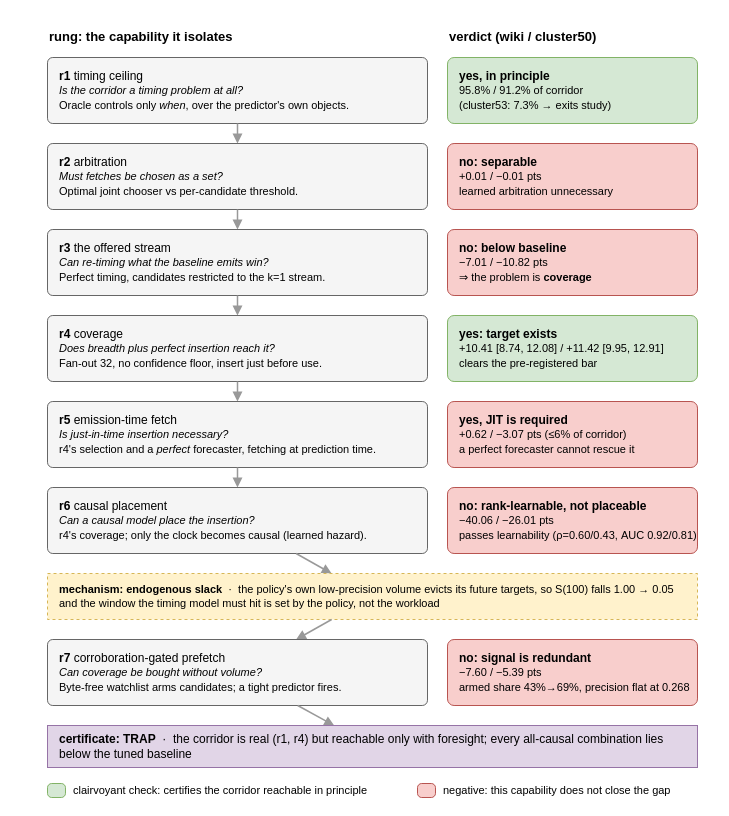
lkksharma/p4 keeps this draw.io diagram as Figures/ladder.drawio. Above is the earlier version. Source tidied: cells renumbered, new cells numbered last; positions are measured from the earlier drawing's top-left corner, leaving out a move shared by most shapes. Both pictures are drawn from the tidied source at 100%, with x=0, y=0 at pixel (47, 25).
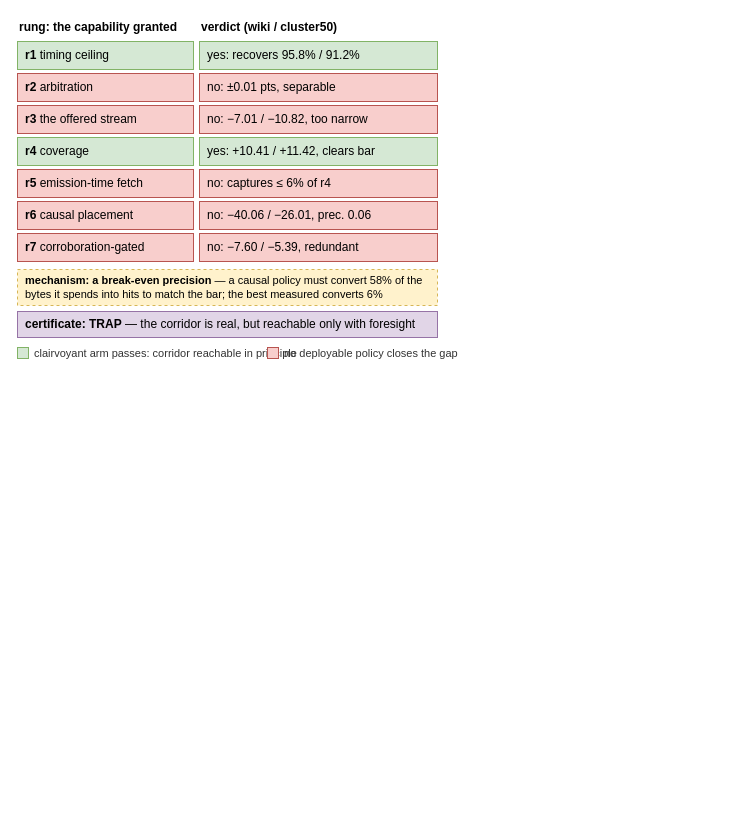
The same page after the edit.

Commit message (it also covers changes not shown here):
checking precision predictor

Change to the diagram source:
```diff
@@
-    <mxCell id="2" value="rung: the capability it isolates" style="text;html=1;align=left;verticalAlign=middle;fontSize=13;fontStyle=1;fontFamily=Helvetica;" parent="1" vertex="1">
-      <mxGeometry width="380" height="22" as="geometry" />
+    <mxCell id="2" value="rung: the capability granted" style="text;html=1;align=left;verticalAlign=middle;fontSize=12;fontStyle=1;fontFamily=Helvetica;" parent="1" vertex="1">
+      <mxGeometry x="-30" y="-8" width="176" height="20" as="geometry" />
     </mxCell>
-    <mxCell id="3" value="verdict (wiki / cluster50)" style="text;html=1;align=left;verticalAlign=middle;fontSize=13;fontStyle=1;fontFamily=Helvetica;" parent="1" vertex="1">
-      <mxGeometry x="400" width="250" height="22" as="geometry" />
+    <mxCell id="3" value="verdict (wiki / cluster50)" style="text;html=1;align=left;verticalAlign=middle;fontSize=12;fontStyle=1;fontFamily=Helvetica;" parent="1" vertex="1">
+      <mxGeometry x="152" y="-8" width="238" height="20" as="geometry" />
     </mxCell>
-    <mxCell id="4" value="&lt;b&gt;r1&lt;/b&gt; timing ceiling&lt;br&gt;&lt;font style=&quot;font-size:11px&quot;&gt;&lt;i&gt;Is the corridor a timing problem at all?&lt;/i&gt;&lt;br&gt;Oracle controls only &lt;i&gt;when&lt;/i&gt;, over the predictor's own objects.&lt;/font&gt;" style="rounded=1;whiteSpace=wrap;html=1;arcSize=8;fillColor=#f5f5f5;strokeColor=#666666;align=left;spacingLeft=10;verticalAlign=middle;fontSize=12;fontFamily=Helvetica;" parent="1" vertex="1">
-      <mxGeometry y="32" width="380" height="66" as="geometry" />
+    <mxCell id="4" value="&lt;b&gt;r1&lt;/b&gt;  timing ceiling" style="rounded=0;whiteSpace=wrap;html=1;fillColor=#d5e8d4;strokeColor=#82b366;align=left;spacingLeft=6;verticalAlign=middle;fontSize=12;fontFamily=Helvetica;" parent="1" vertex="1">
+      <mxGeometry x="-30" y="16" width="176" height="28" as="geometry" />
     </mxCell>
-    <mxCell id="5" value="&lt;b&gt;yes, in principle&lt;/b&gt;&lt;br&gt;&lt;font style=&quot;font-size:11px&quot;&gt;95.8% / 91.2% of corridor&lt;br&gt;(cluster53: 7.3% &amp;rarr; exits study)&lt;/font&gt;" style="rounded=1;whiteSpace=wrap;html=1;arcSize=10;fillColor=#d5e8d4;strokeColor=#82b366;align=left;spacingLeft=10;fontSize=12;fontFamily=Helvetica;" parent="1" vertex="1">
-      <mxGeometry x="400" y="32" width="250" height="66" as="geometry" />
+    <mxCell id="5" value="yes: recovers 95.8% / 91.2%" style="rounded=0;whiteSpace=wrap;html=1;fillColor=#d5e8d4;strokeColor=#82b366;align=left;spacingLeft=6;verticalAlign=middle;fontSize=12;fontFamily=Helvetica;" parent="1" vertex="1">
+      <mxGeometry x="152" y="16" width="238" height="28" as="geometry" />
     </mxCell>
-    <mxCell id="6" style="edgeStyle=none;html=1;endArrow=block;endFill=1;strokeColor=#999999;strokeWidth=1.5;" parent="1" edge="1" source="4" target="7">
-      <mxGeometry relative="1" as="geometry" />
-    </mxCell>
-    <mxCell id="7" value="&lt;b&gt;r2&lt;/b&gt; arbitration&lt;br&gt;&lt;font style=&quot;font-size:11px&quot;&gt;&lt;i&gt;Must fetches be chosen as a set?&lt;/i&gt;&lt;br&gt;Optimal joint chooser vs per-candidate threshold.&lt;/font&gt;" style="rounded=1;whiteSpace=wrap;html=1;arcSize=8;fillColor=#f5f5f5;strokeColor=#666666;align=left;spacingLeft=10;verticalAlign=middle;fontSize=12;fontFamily=Helvetica;" parent="1" vertex="1">
-      <mxGeometry y="118" width="380" height="66" as="geometry" />
+    <mxCell id="7" value="&lt;b&gt;r2&lt;/b&gt;  arbitration" style="rounded=0;whiteSpace=wrap;html=1;fillColor=#f8cecc;strokeColor=#b85450;align=left;spacingLeft=6;verticalAlign=middle;fontSize=12;fontFamily=Helvetica;" parent="1" vertex="1">
+      <mxGeometry x="-30" y="48" width="176" height="28" as="geometry" />
     </mxCell>
-    <mxCell id="8" value="&lt;b&gt;no: separable&lt;/b&gt;&lt;br&gt;&lt;font style=&quot;font-size:11px&quot;&gt;+0.01 / &amp;minus;0.01 pts&lt;br&gt;learned arbitration unnecessary&lt;/font&gt;" style="rounded=1;whiteSpace=wrap;html=1;arcSize=10;fillColor=#f8cecc;strokeColor=#b85450;align=left;spacingLeft=10;fontSize=12;fontFamily=Helvetica;" parent="1" vertex="1">
-      <mxGeometry x="400" y="118" width="250" height="66" as="geometry" />
+    <mxCell id="8" value="no: ±0.01 pts, separable" style="rounded=0;whiteSpace=wrap;html=1;fillColor=#f8cecc;strokeColor=#b85450;align=left;spacingLeft=6;verticalAlign=middle;fontSize=12;fontFamily=Helvetica;" parent="1" vertex="1">
+      <mxGeometry x="152" y="48" width="238" height="28" as="geometry" />
     </mxCell>
-    <mxCell id="9" style="edgeStyle=none;html=1;endArrow=block;endFill=1;strokeColor=#999999;strokeWidth=1.5;" parent="1" edge="1" source="7" target="10">
-      <mxGeometry relative="1" as="geometry" />
-    </mxCell>
-    <mxCell id="10" value="&lt;b&gt;r3&lt;/b&gt; the offered stream&lt;br&gt;&lt;font style=&quot;font-size:11px&quot;&gt;&lt;i&gt;Can re-timing what the baseline emits win?&lt;/i&gt;&lt;br&gt;Perfect timing, candidates restricted to the k=1 stream.&lt;/font&gt;" style="rounded=1;whiteSpace=wrap;html=1;arcSize=8;fillColor=#f5f5f5;strokeColor=#666666;align=left;spacingLeft=10;verticalAlign=middle;fontSize=12;fontFamily=Helvetica;" parent="1" vertex="1">
-      <mxGeometry y="204" width="380" height="66" as="geometry" />
+    <mxCell id="10" value="&lt;b&gt;r3&lt;/b&gt;  the offered stream" style="rounded=0;whiteSpace=wrap;html=1;fillColor=#f8cecc;strokeColor=#b85450;align=left;spacingLeft=6;verticalAlign=middle;fontSize=12;fontFamily=Helvetica;" parent="1" vertex="1">
+      <mxGeometry x="-30" y="80" width="176" height="28" as="geometry" />
     </mxCell>
-    <mxCell id="11" value="&lt;b&gt;no: below baseline&lt;/b&gt;&lt;br&gt;&lt;font style=&quot;font-size:11px&quot;&gt;&amp;minus;7.01 / &amp;minus;10.82 pts&lt;br&gt;&amp;rArr; the problem is &lt;b&gt;coverage&lt;/b&gt;&lt;/font&gt;" style="rounded=1;whiteSpace=wrap;html=1;arcSize=10;fillColor=#f8cecc;strokeColor=#b85450;align=left;spacingLeft=10;fontSize=12;fontFamily=Helvetica;" parent="1" vertex="1">
-      <mxGeometry x="400" y="204" width="250" height="66" as="geometry" />
+    <mxCell id="11" value="no: −7.01 / −10.82, too narrow" style="rounded=0;whiteSpace=wrap;html=1;fillColor=#f8cecc;strokeColor=#b85450;align=left;spacingLeft=6;verticalAlign=middle;fontSize=12;fontFamily=Helvetica;" parent="1" vertex="1">
+      <mxGeometry x="152" y="80" width="238" height="28" as="geometry" />
     </mxCell>
-    <mxCell id="12" style="edgeStyle=none;html=1;endArrow=block;endFill=1;strokeColor=#999999;strokeWidth=1.5;" parent="1" edge="1" source="10" target="13">
-      <mxGeometry relative="1" as="geometry" />
-    </mxCell>
-    <mxCell id="13" value="&lt;b&gt;r4&lt;/b&gt; coverage&lt;br&gt;&lt;font style=&quot;font-size:11px&quot;&gt;&lt;i&gt;Does breadth plus perfect insertion reach it?&lt;/i&gt;&lt;br&gt;Fan-out 32, no confidence floor, insert just before use.&lt;/font&gt;" style="rounded=1;whiteSpace=wrap;html=1;arcSize=8;fillColor=#f5f5f5;strokeColor=#666666;align=left;spacingLeft=10;verticalAlign=middle;fontSize=12;fontFamily=Helvetica;" parent="1" vertex="1">
-      <mxGeometry y="290" width="380" height="66" as="geometry" />
+    <mxCell id="13" value="&lt;b&gt;r4&lt;/b&gt;  coverage" style="rounded=0;whiteSpace=wrap;html=1;fillColor=#d5e8d4;strokeColor=#82b366;align=left;spacingLeft=6;verticalAlign=middle;fontSize=12;fontFamily=Helvetica;" parent="1" vertex="1">
+      <mxGeometry x="-30" y="112" width="176" height="28" as="geometry" />
     </mxCell>
-    <mxCell id="14" value="&lt;b&gt;yes: target exists&lt;/b&gt;&lt;br&gt;&lt;font style=&quot;font-size:11px&quot;&gt;+10.41 [8.74, 12.08] / +11.42 [9.95, 12.91]&lt;br&gt;clears the pre-registered bar&lt;/font&gt;" style="rounded=1;whiteSpace=wrap;html=1;arcSize=10;fillColor=#d5e8d4;strokeColor=#82b366;align=left;spacingLeft=10;fontSize=12;fontFamily=Helvetica;" parent="1" vertex="1">
-      <mxGeometry x="400" y="290" width="250" height="66" as="geometry" />
+    <mxCell id="14" value="yes: +10.41 / +11.42, clears bar" style="rounded=0;whiteSpace=wrap;html=1;fillColor=#d5e8d4;strokeColor=#82b366;align=left;spacingLeft=6;verticalAlign=middle;fontSize=12;fontFamily=Helvetica;" parent="1" vertex="1">
+      <mxGeometry x="152" y="112" width="238" height="28" as="geometry" />
     </mxCell>
-    <mxCell id="15" style="edgeStyle=none;html=1;endArrow=block;endFill=1;strokeColor=#999999;strokeWidth=1.5;" parent="1" edge="1" source="13" target="16">
-      <mxGeometry relative="1" as="geometry" />
-    </mxCell>
-    <mxCell id="16" value="&lt;b&gt;r5&lt;/b&gt; emission-time fetch&lt;br&gt;&lt;font style=&quot;font-size:11px&quot;&gt;&lt;i&gt;Is just-in-time insertion necessary?&lt;/i&gt;&lt;br&gt;r4's selection and a &lt;i&gt;perfect&lt;/i&gt; forecaster, fetching at prediction time.&lt;/font&gt;" style="rounded=1;whiteSpace=wrap;html=1;arcSize=8;fillColor=#f5f5f5;strokeColor=#666666;align=left;spacingLeft=10;verticalAlign=middle;fontSize=12;fontFamily=Helvetica;" parent="1" vertex="1">
-      <mxGeometry y="376" width="380" height="66" as="geometry" />
+    <mxCell id="16" value="&lt;b&gt;r5&lt;/b&gt;  emission-time fetch" style="rounded=0;whiteSpace=wrap;html=1;fillColor=#f8cecc;strokeColor=#b85450;align=left;spacingLeft=6;verticalAlign=middle;fontSize=12;fontFamily=Helvetica;" parent="1" vertex="1">
+      <mxGeometry x="-30" y="144" width="176" height="28" as="geometry" />
     </mxCell>
-    <mxCell id="17" value="&lt;b&gt;yes, JIT is required&lt;/b&gt;&lt;br&gt;&lt;font style=&quot;font-size:11px&quot;&gt;+0.62 / &amp;minus;3.07 pts (&amp;le;6% of corridor)&lt;br&gt;a perfect forecaster cannot rescue it&lt;/font&gt;" style="rounded=1;whiteSpace=wrap;html=1;arcSize=10;fillColor=#f8cecc;strokeColor=#b85450;align=left;spacingLeft=10;fontSize=12;fontFamily=Helvetica;" parent="1" vertex="1">
-      <mxGeometry x="400" y="376" width="250" height="66" as="geometry" />
+    <mxCell id="17" value="no: captures ≤ 6% of r4" style="rounded=0;whiteSpace=wrap;html=1;fillColor=#f8cecc;strokeColor=#b85450;align=left;spacingLeft=6;verticalAlign=middle;fontSize=12;fontFamily=Helvetica;" parent="1" vertex="1">
+      <mxGeometry x="152" y="144" width="238" height="28" as="geometry" />
     </mxCell>
-    <mxCell id="18" style="edgeStyle=none;html=1;endArrow=block;endFill=1;strokeColor=#999999;strokeWidth=1.5;" parent="1" edge="1" source="16" target="19">
-      <mxGeometry relative="1" as="geometry" />
-    </mxCell>
-    <mxCell id="19" value="&lt;b&gt;r6&lt;/b&gt; causal placement&lt;br&gt;&lt;font style=&quot;font-size:11px&quot;&gt;&lt;i&gt;Can a causal model place the insertion?&lt;/i&gt;&lt;br&gt;r4's coverage; only the clock becomes causal (learned hazard).&lt;/font&gt;" style="rounded=1;whiteSpace=wrap;html=1;arcSize=8;fillColor=#f5f5f5;strokeColor=#666666;align=left;spacingLeft=10;verticalAlign=middle;fontSize=12;fontFamily=Helvetica;" parent="1" vertex="1">
-      <mxGeometry y="462" width="380" height="66" as="geometry" />
+    <mxCell id="19" value="&lt;b&gt;r6&lt;/b&gt;  causal placement" style="rounded=0;whiteSpace=wrap;html=1;fillColor=#f8cecc;strokeColor=#b85450;align=left;spacingLeft=6;verticalAlign=middle;fontSize=12;fontFamily=Helvetica;" parent="1" vertex="1">
+      <mxGeometry x="-30" y="176" width="176" height="28" as="geometry" />
     </mxCell>
-    <mxCell id="20" value="&lt;b&gt;no: rank-learnable, not placeable&lt;/b&gt;&lt;br&gt;&lt;font style=&quot;font-size:11px&quot;&gt;&amp;minus;40.06 / &amp;minus;26.01 pts&lt;br&gt;passes learnability (&amp;rho;=0.60/0.43, AUC 0.92/0.81)&lt;/font&gt;" style="rounded=1;whiteSpace=wrap;html=1;arcSize=10;fillColor=#f8cecc;strokeColor=#b85450;align=left;spacingLeft=10;fontSize=12;fontFamily=Helvetica;" parent="1" vertex="1">
-      <mxGeometry x="400" y="462" width="250" height="66" as="geometry" />
+    <mxCell id="20" value="no: −40.06 / −26.01, prec. 0.06" style="rounded=0;whiteSpace=wrap;html=1;fillColor=#f8cecc;strokeColor=#b85450;align=left;spacingLeft=6;verticalAlign=middle;fontSize=12;fontFamily=Helvetica;" parent="1" vertex="1">
+      <mxGeometry x="152" y="176" width="238" height="28" as="geometry" />
     </mxCell>
-    <mxCell id="21" style="edgeStyle=none;html=1;endArrow=block;endFill=1;strokeColor=#999999;strokeWidth=1.5;" parent="1" edge="1" source="19" target="22">
-      <mxGeometry relative="1" as="geometry" />
-    </mxCell>
-    <mxCell id="22" value="&lt;b&gt;mechanism: endogenous slack&lt;/b&gt; &amp;nbsp;&amp;middot;&amp;nbsp; the policy's own low-precision volume evicts its future targets, so S(100) falls 1.00 &amp;rarr; 0.05 and the window the timing model must hit is set by the policy, not the workload" style="rounded=0;whiteSpace=wrap;html=1;fillColor=#fff2cc;strokeColor=#d6b656;dashed=1;align=left;spacingLeft=10;spacingRight=10;fontSize=11;fontFamily=Helvetica;verticalAlign=middle;" parent="1" vertex="1">
-      <mxGeometry y="548" width="650" height="46" as="geometry" />
-    </mxCell>
-    <mxCell id="23" style="edgeStyle=none;html=1;endArrow=block;endFill=1;strokeColor=#999999;strokeWidth=1.5;" parent="1" edge="1" source="22" target="24">
-      <mxGeometry relative="1" as="geometry" />
-    </mxCell>
-    <mxCell id="24" value="&lt;b&gt;r7&lt;/b&gt; corroboration-gated prefetch&lt;br&gt;&lt;font style=&quot;font-size:11px&quot;&gt;&lt;i&gt;Can coverage be bought without volume?&lt;/i&gt;&lt;br&gt;Byte-free watchlist arms candidates; a tight predictor fires.&lt;/font&gt;" style="rounded=1;whiteSpace=wrap;html=1;arcSize=8;fillColor=#f5f5f5;strokeColor=#666666;align=left;spacingLeft=10;verticalAlign=middle;fontSize=12;fontFamily=Helvetica;" parent="1" vertex="1">
-      <mxGeometry y="614" width="380" height="66" as="geometry" />
+    <mxCell id="24" value="&lt;b&gt;r7&lt;/b&gt;  corroboration-gated" style="rounded=0;whiteSpace=wrap;html=1;fillColor=#f8cecc;strokeColor=#b85450;align=left;spacingLeft=6;verticalAlign=middle;fontSize=12;fontFamily=Helvetica;" parent="1" vertex="1">
+      <mxGeometry x="-30" y="208" width="176" height="28" as="geometry" />
     </mxCell>
-    <mxCell id="25" value="&lt;b&gt;no: signal is redundant&lt;/b&gt;&lt;br&gt;&lt;font style=&quot;font-size:11px&quot;&gt;&amp;minus;7.60 / &amp;minus;5.39 pts&lt;br&gt;armed share 43%&amp;rarr;69%, precision flat at 0.268&lt;/font&gt;" style="rounded=1;whiteSpace=wrap;html=1;arcSize=10;fillColor=#f8cecc;strokeColor=#b85450;align=left;spacingLeft=10;fontSize=12;fontFamily=Helvetica;" parent="1" vertex="1">
-      <mxGeometry x="400" y="614" width="250" height="66" as="geometry" />
+    <mxCell id="25" value="no: −7.60 / −5.39, redundant" style="rounded=0;whiteSpace=wrap;html=1;fillColor=#f8cecc;strokeColor=#b85450;align=left;spacingLeft=6;verticalAlign=middle;fontSize=12;fontFamily=Helvetica;" parent="1" vertex="1">
+      <mxGeometry x="152" y="208" width="238" height="28" as="geometry" />
     </mxCell>
-    <mxCell id="26" style="edgeStyle=none;html=1;endArrow=block;endFill=1;strokeColor=#999999;strokeWidth=1.5;" parent="1" edge="1" source="24" target="27">
-      <mxGeometry relative="1" as="geometry" />
-    </mxCell>
+    <mxCell id="22" value="&lt;b&gt;mechanism: a break-even precision&lt;/b&gt; — a causal policy must convert 58% of the bytes it spends into hits to match the bar; the best measured converts 6%" style="rounded=0;whiteSpace=wrap;html=1;fillColor=#fff2cc;strokeColor=#d6b656;dashed=1;align=left;spacingLeft=6;spacingRight=6;verticalAlign=middle;fontSize=11;fontFamily=Helvetica;" parent="1" vertex="1">
+      <mxGeometry x="-30" y="244" width="420" height="36" as="geometry" />
+    </mxCell>
-    <mxCell id="27" value="&lt;b&gt;certificate: TRAP&lt;/b&gt; &amp;nbsp;&amp;middot;&amp;nbsp; the corridor is real (r1, r4) but reachable only with foresight; every all-causal combination lies below the tuned baseline" style="rounded=0;whiteSpace=wrap;html=1;fillColor=#e1d5e7;strokeColor=#9673a6;align=left;spacingLeft=10;spacingRight=10;fontSize=12;fontFamily=Helvetica;verticalAlign=middle;" parent="1" vertex="1">
-      <mxGeometry y="700" width="650" height="42" as="geometry" />
+    <mxCell id="27" value="&lt;b&gt;certificate: TRAP&lt;/b&gt; — the corridor is real, but reachable only with foresight" style="rounded=0;whiteSpace=wrap;html=1;fillColor=#e1d5e7;strokeColor=#9673a6;align=left;spacingLeft=6;verticalAlign=middle;fontSize=12;fontFamily=Helvetica;" parent="1" vertex="1">
+      <mxGeometry x="-30" y="286" width="420" height="26" as="geometry" />
     </mxCell>
-    <mxCell id="28" style="rounded=1;whiteSpace=wrap;html=1;arcSize=30;fillColor=#d5e8d4;strokeColor=#82b366;" parent="1" vertex="1">
-      <mxGeometry y="758" width="18" height="14" as="geometry" />
+    <mxCell id="28" style="rounded=0;html=1;fillColor=#d5e8d4;strokeColor=#82b366;" parent="1" vertex="1">
+      <mxGeometry x="-30" y="322" width="11" height="11" as="geometry" />
     </mxCell>
-    <mxCell id="29" value="clairvoyant check: certifies the corridor reachable in principle" style="text;html=1;align=left;verticalAlign=middle;fontSize=11;fontFamily=Helvetica;" parent="1" vertex="1">
-      <mxGeometry x="24" y="756" width="330" height="18" as="geometry" />
+    <mxCell id="29" value="clairvoyant arm passes: corridor reachable in principle" style="text;html=1;align=left;verticalAlign=middle;fontSize=11;fontFamily=Helvetica;fontColor=#333333;" parent="1" vertex="1">
+      <mxGeometry x="-15" y="320" width="230" height="15" as="geometry" />
     </mxCell>
-    <mxCell id="30" style="rounded=1;whiteSpace=wrap;html=1;arcSize=30;fillColor=#f8cecc;strokeColor=#b85450;" parent="1" vertex="1">
-      <mxGeometry x="370" y="758" width="18" height="14" as="geometry" />
+    <mxCell id="30" style="rounded=0;html=1;fillColor=#f8cecc;strokeColor=#b85450;" parent="1" vertex="1">
+      <mxGeometry x="220" y="322" width="11" height="11" as="geometry" />
     </mxCell>
-    <mxCell id="31" value="negative: this capability does not close the gap" style="text;html=1;align=left;verticalAlign=middle;fontSize=11;fontFamily=Helvetica;" parent="1" vertex="1">
-      <mxGeometry x="394" y="756" width="270" height="18" as="geometry" />
+    <mxCell id="31" value="no deployable policy closes the gap" style="text;html=1;align=left;verticalAlign=middle;fontSize=11;fontFamily=Helvetica;fontColor=#333333;" parent="1" vertex="1">
+      <mxGeometry x="235" y="320" width="155" height="15" as="geometry" />
     </mxCell>
```
